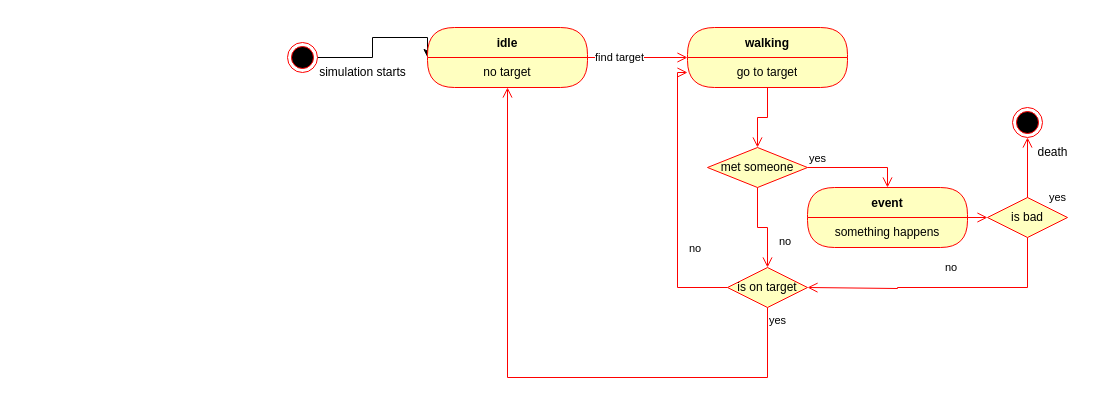
This is drawio/machine_flow_chart.drawio from KacKep/city_simulator, a draw.io file, before an edit. Source tidied: cells renumbered, new cells numbered last; positions are measured from the earlier drawing's top-left corner, leaving out a move shared by most shapes. Both pictures are drawn from the tidied source at 100%, with x=0, y=0 at pixel (287, 27).
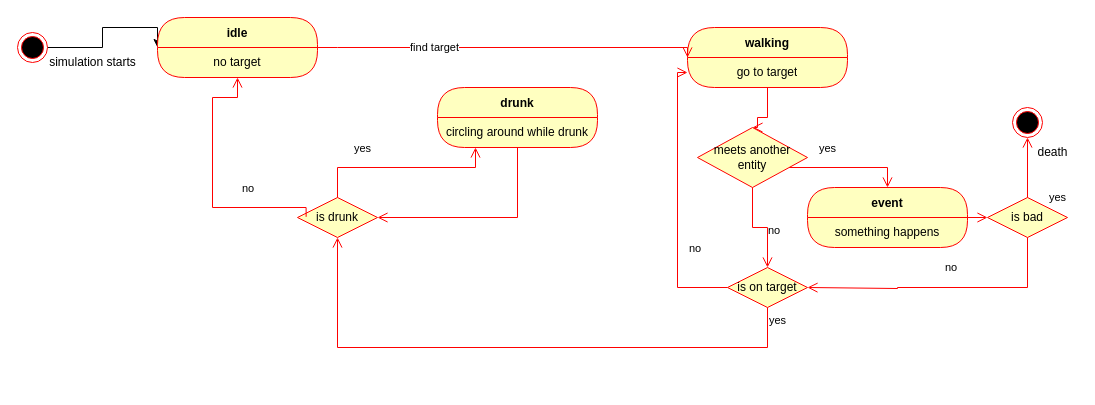
The same diagram, later.

The change refers to these unchanged cells:
```xml
<mxCell id="6" value="go to target" style="text;html=1;strokeColor=none;fillColor=none;align=center;verticalAlign=middle;spacingLeft=4;spacingRight=4;whiteSpace=wrap;overflow=hidden;fontColor=#000000;" parent="5" vertex="1">
  <mxGeometry y="30" width="160" height="30" as="geometry" />
</mxCell>
<mxCell id="9" value="no target" style="text;html=1;strokeColor=none;fillColor=none;align=center;verticalAlign=middle;spacingLeft=4;spacingRight=4;whiteSpace=wrap;overflow=hidden;fontColor=#000000;" parent="8" vertex="1">
  <mxGeometry y="30" width="160" height="30" as="geometry" />
</mxCell>
<mxCell id="15" value="event" style="swimlane;fontStyle=1;align=center;verticalAlign=middle;horizontal=1;startSize=30;fontColor=#000000;rounded=1;arcSize=30;strokeColor=#ff0000;fillColor=#ffffc0;swimlaneFillColor=#ffffc0;" parent="1" vertex="1">
  <mxGeometry x="520" y="160" width="160" height="60" as="geometry" />
</mxCell>
<mxCell id="21" value="is on target" style="rhombus;whiteSpace=wrap;html=1;fontColor=#000000;fillColor=#ffffc0;strokeColor=#ff0000;" parent="1" vertex="1">
  <mxGeometry x="440" y="240" width="80" height="40" as="geometry" />
</mxCell>
```

The edit, as a diff of the source:
```diff
@@
     <mxCell id="4" style="ellipse;html=1;shape=endState;fillColor=#000000;strokeColor=#ff0000;" parent="1" vertex="1">
-      <mxGeometry y="15" width="30" height="30" as="geometry" />
+      <mxGeometry x="-270" y="5" width="30" height="30" as="geometry" />
     </mxCell>
@@
     <mxCell id="8" value="idle" style="swimlane;fontStyle=1;align=center;verticalAlign=middle;horizontal=1;startSize=30;fontColor=#000000;rounded=1;arcSize=30;strokeColor=#ff0000;fillColor=#ffffc0;swimlaneFillColor=#ffffc0;" parent="1" vertex="1">
-      <mxGeometry x="140" width="160" height="60" as="geometry" />
+      <mxGeometry x="-130" y="-10" width="160" height="60" as="geometry" />
     </mxCell>
@@
     <mxCell id="10" style="edgeStyle=orthogonalEdgeStyle;html=1;verticalAlign=bottom;endArrow=open;endSize=8;strokeColor=#ff0000;rounded=0;entryX=0;entryY=0;entryDx=0;entryDy=0;exitX=1;exitY=0;exitDx=0;exitDy=0;" parent="1" edge="1" source="9" target="6">
       <mxGeometry relative="1" as="geometry">
         <Array as="points">
-          <mxPoint x="320" y="30" />
-          <mxPoint x="320" y="30" />
+          <mxPoint x="50" y="20" />
+          <mxPoint x="50" y="20" />
         </Array>
       </mxGeometry>
     </mxCell>
@@
-    <mxCell id="12" value="met someone" style="rhombus;whiteSpace=wrap;html=1;fontColor=#000000;fillColor=#ffffc0;strokeColor=#ff0000;" parent="1" vertex="1">
-      <mxGeometry x="420" y="120" width="100" height="40" as="geometry" />
+    <mxCell id="12" value="meets another entity" style="rhombus;whiteSpace=wrap;html=1;fontColor=#000000;fillColor=#ffffc0;strokeColor=#ff0000;" parent="1" vertex="1">
+      <mxGeometry x="410" y="100" width="110" height="60" as="geometry" />
     </mxCell>
     <mxCell id="13" value="yes" style="edgeStyle=orthogonalEdgeStyle;html=1;align=left;verticalAlign=bottom;endArrow=open;endSize=8;strokeColor=#ff0000;rounded=0;entryX=0.5;entryY=0;entryDx=0;entryDy=0;" parent="1" edge="1" source="12" target="15">
-      <mxGeometry x="-1" relative="1" as="geometry">
+      <mxGeometry x="-0.52" y="10" relative="1" as="geometry">
         <Array as="points">
           <mxPoint x="600" y="140" />
         </Array>
       </mxGeometry>
     </mxCell>
@@
-    <mxCell id="23" value="yes" style="edgeStyle=orthogonalEdgeStyle;html=1;align=left;verticalAlign=top;endArrow=open;endSize=8;strokeColor=#ff0000;rounded=0;entryX=0.5;entryY=1;entryDx=0;entryDy=0;exitX=0.5;exitY=1;exitDx=0;exitDy=0;" parent="1" edge="1" source="21" target="9">
+    <mxCell id="23" value="yes" style="edgeStyle=orthogonalEdgeStyle;html=1;align=left;verticalAlign=top;endArrow=open;endSize=8;strokeColor=#ff0000;rounded=0;entryX=0.5;entryY=1;entryDx=0;entryDy=0;exitX=0.5;exitY=1;exitDx=0;exitDy=0;" parent="1" edge="1" source="21" target="26">
       <mxGeometry x="-1" relative="1" as="geometry">
         <Array as="points">
-          <mxPoint x="480" y="350" />
-          <mxPoint x="220" y="350" />
+          <mxPoint x="480" y="320" />
+          <mxPoint x="50" y="320" />
         </Array>
       </mxGeometry>
     </mxCell>
@@
     <mxCell id="25" value="simulation starts" style="text;html=1;align=center;verticalAlign=middle;strokeColor=none;fillColor=none;" parent="1" vertex="1">
-      <mxGeometry x="20" y="30" width="110" height="30" as="geometry" />
+      <mxGeometry x="-250" y="20" width="110" height="30" as="geometry" />
     </mxCell>
+    <mxCell id="26" value="is drunk" style="rhombus;whiteSpace=wrap;html=1;fontColor=#000000;fillColor=#ffffc0;strokeColor=#ff0000;" parent="1" vertex="1">
+      <mxGeometry x="10" y="170" width="80" height="40" as="geometry" />
+    </mxCell>
+    <mxCell id="27" value="no" style="edgeStyle=orthogonalEdgeStyle;html=1;align=left;verticalAlign=bottom;endArrow=open;endSize=8;strokeColor=#ff0000;rounded=0;exitX=0.108;exitY=0.483;exitDx=0;exitDy=0;exitPerimeter=0;" parent="1" edge="1" source="26" target="8">
+      <mxGeometry x="-0.42" y="-10" relative="1" as="geometry">
+        <Array as="points">
+          <mxPoint x="19" y="180" />
+          <mxPoint x="-75" y="180" />
+          <mxPoint x="-75" y="70" />
+          <mxPoint x="-50" y="70" />
+        </Array>
+      </mxGeometry>
+    </mxCell>
+    <mxCell id="28" value="yes" style="edgeStyle=orthogonalEdgeStyle;html=1;align=left;verticalAlign=bottom;endArrow=open;endSize=8;strokeColor=#ff0000;rounded=0;" parent="1" edge="1" source="26" target="29">
+      <mxGeometry x="-0.52" y="10" relative="1" as="geometry">
+        <Array as="points">
+          <mxPoint x="50" y="140" />
+          <mxPoint x="188" y="140" />
+          <mxPoint x="188" y="80" />
+        </Array>
+      </mxGeometry>
+    </mxCell>
+    <mxCell id="29" value="drunk" style="swimlane;fontStyle=1;align=center;verticalAlign=middle;horizontal=1;startSize=30;fontColor=#000000;rounded=1;arcSize=30;strokeColor=#ff0000;fillColor=#ffffc0;swimlaneFillColor=#ffffc0;" parent="1" vertex="1">
+      <mxGeometry x="150" y="60" width="160" height="60" as="geometry" />
+    </mxCell>
+    <mxCell id="30" value="circling around while drunk" style="text;html=1;strokeColor=none;fillColor=none;align=center;verticalAlign=middle;spacingLeft=4;spacingRight=4;whiteSpace=wrap;overflow=hidden;fontColor=#000000;" parent="29" vertex="1">
+      <mxGeometry y="30" width="160" height="30" as="geometry" />
+    </mxCell>
+    <mxCell id="31" style="edgeStyle=orthogonalEdgeStyle;html=1;verticalAlign=bottom;endArrow=open;endSize=8;strokeColor=#ff0000;rounded=0;" parent="1" edge="1" source="29" target="26">
+      <mxGeometry relative="1" as="geometry">
+        <Array as="points">
+          <mxPoint x="230" y="190" />
+        </Array>
+      </mxGeometry>
+    </mxCell>
```
